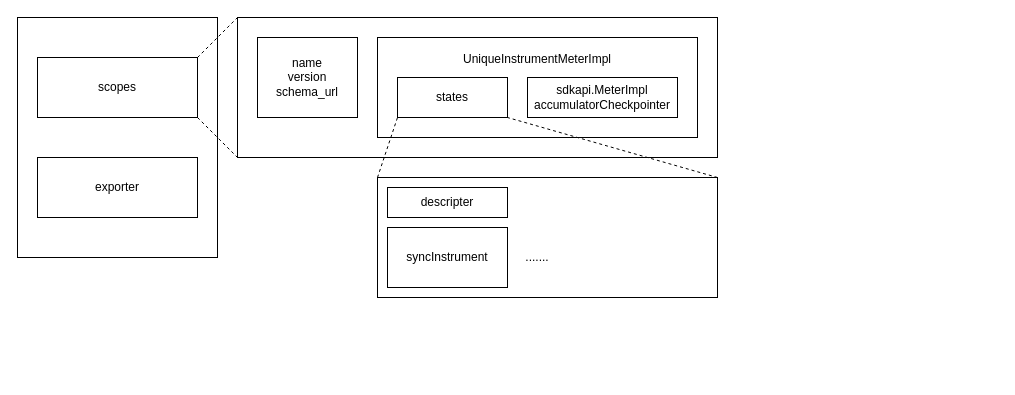
Above: otel-metric-sdk-old.drawio in fatsheep9146/drawio-registry (draw.io), before the change. Source tidied: cells renumbered, new cells numbered last; positions are measured from the earlier drawing's top-left corner, leaving out a move shared by most shapes. Both pictures are drawn from the tidied source at 100%, with x=0, y=0 at pixel (17, 17).
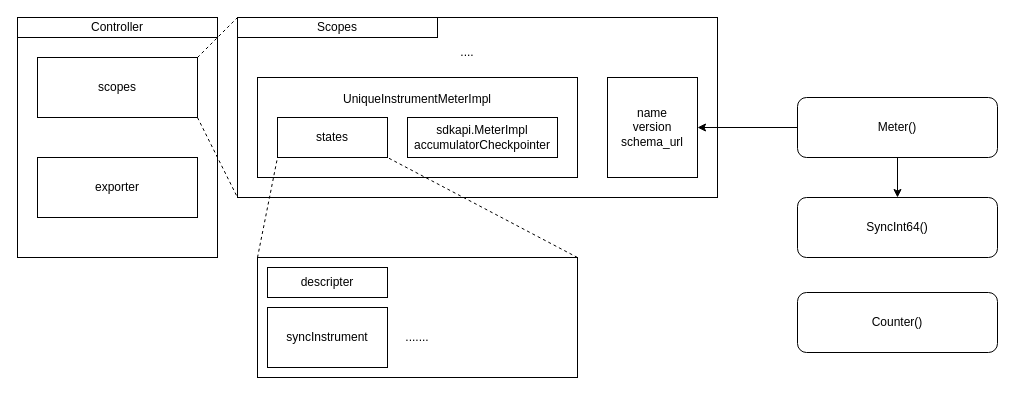
The same page after the edit.

The edit, as a diff of the source:
```diff
@@
     <mxCell id="4" style="rounded=0;whiteSpace=wrap;html=1;" parent="1" vertex="1">
-      <mxGeometry x="220" width="480" height="140" as="geometry" />
+      <mxGeometry x="220" width="480" height="180" as="geometry" />
     </mxCell>
     <mxCell id="5" value="name&lt;br&gt;version&lt;br&gt;schema_url" style="rounded=0;whiteSpace=wrap;html=1;" parent="1" vertex="1">
-      <mxGeometry x="240" y="20" width="100" height="80" as="geometry" />
+      <mxGeometry x="590" y="60" width="90" height="100" as="geometry" />
     </mxCell>
@@
     <mxCell id="7" value="UniqueInstrumentMeterImpl&lt;br&gt;&lt;br&gt;&lt;br&gt;&lt;br&gt;&lt;br&gt;" style="rounded=0;whiteSpace=wrap;html=1;" parent="1" vertex="1">
-      <mxGeometry x="360" y="20" width="320" height="100" as="geometry" />
+      <mxGeometry x="240" y="60" width="320" height="100" as="geometry" />
     </mxCell>
     <mxCell id="8" value="states" style="rounded=0;whiteSpace=wrap;html=1;" parent="1" vertex="1">
-      <mxGeometry x="380" y="60" width="110" height="40" as="geometry" />
+      <mxGeometry x="260" y="100" width="110" height="40" as="geometry" />
     </mxCell>
     <mxCell id="9" value="sdkapi.MeterImpl&lt;br&gt;accumulatorCheckpointer" style="rounded=0;whiteSpace=wrap;html=1;" parent="1" vertex="1">
-      <mxGeometry x="510" y="60" width="150" height="40" as="geometry" />
+      <mxGeometry x="390" y="100" width="150" height="40" as="geometry" />
     </mxCell>
@@
     <mxCell id="12" style="rounded=0;whiteSpace=wrap;html=1;" parent="1" vertex="1">
-      <mxGeometry x="360" y="160" width="340" height="120" as="geometry" />
+      <mxGeometry x="240" y="240" width="320" height="120" as="geometry" />
     </mxCell>
     <mxCell id="13" value="descripter" style="rounded=0;whiteSpace=wrap;html=1;" parent="1" vertex="1">
-      <mxGeometry x="370" y="170" width="120" height="30" as="geometry" />
+      <mxGeometry x="250" y="250" width="120" height="30" as="geometry" />
     </mxCell>
     <mxCell id="14" value="syncInstrument" style="rounded=0;whiteSpace=wrap;html=1;" parent="1" vertex="1">
-      <mxGeometry x="370" y="210" width="120" height="60" as="geometry" />
+      <mxGeometry x="250" y="290" width="120" height="60" as="geometry" />
     </mxCell>
     <mxCell id="15" value="......." style="text;html=1;strokeColor=none;fillColor=none;align=center;verticalAlign=middle;whiteSpace=wrap;rounded=0;" parent="1" vertex="1">
-      <mxGeometry x="490" y="225" width="60" height="30" as="geometry" />
+      <mxGeometry x="370" y="305" width="60" height="30" as="geometry" />
     </mxCell>
@@
+    <mxCell id="18" style="edgeStyle=orthogonalEdgeStyle;rounded=0;jettySize=auto;html=1;exitX=0;exitY=0.5;exitDx=0;exitDy=0;" parent="1" edge="1" source="20" target="5">
+      <mxGeometry relative="1" as="geometry" />
+    </mxCell>
+    <mxCell id="19" style="edgeStyle=orthogonalEdgeStyle;rounded=0;jettySize=auto;html=1;exitX=0.5;exitY=1;exitDx=0;exitDy=0;" parent="1" edge="1" source="20" target="24">
+      <mxGeometry relative="1" as="geometry" />
+    </mxCell>
+    <mxCell id="20" value="Meter()" style="rounded=1;whiteSpace=wrap;html=1;" parent="1" vertex="1">
+      <mxGeometry x="780" y="80" width="200" height="60" as="geometry" />
+    </mxCell>
+    <mxCell id="21" value="Controller" style="rounded=0;whiteSpace=wrap;html=1;" parent="1" vertex="1">
+      <mxGeometry width="200" height="20" as="geometry" />
+    </mxCell>
+    <mxCell id="22" value="Scopes" style="rounded=0;whiteSpace=wrap;html=1;" parent="1" vertex="1">
+      <mxGeometry x="220" width="200" height="20" as="geometry" />
+    </mxCell>
+    <mxCell id="23" value="...." style="text;html=1;strokeColor=none;fillColor=none;align=center;verticalAlign=middle;whiteSpace=wrap;rounded=0;" parent="1" vertex="1">
+      <mxGeometry x="420" y="20" width="60" height="30" as="geometry" />
+    </mxCell>
+    <mxCell id="24" value="SyncInt64()" style="rounded=1;whiteSpace=wrap;html=1;" parent="1" vertex="1">
+      <mxGeometry x="780" y="180" width="200" height="60" as="geometry" />
+    </mxCell>
+    <mxCell id="25" value="Counter()" style="rounded=1;whiteSpace=wrap;html=1;" parent="1" vertex="1">
+      <mxGeometry x="780" y="275" width="200" height="60" as="geometry" />
+    </mxCell>
```
